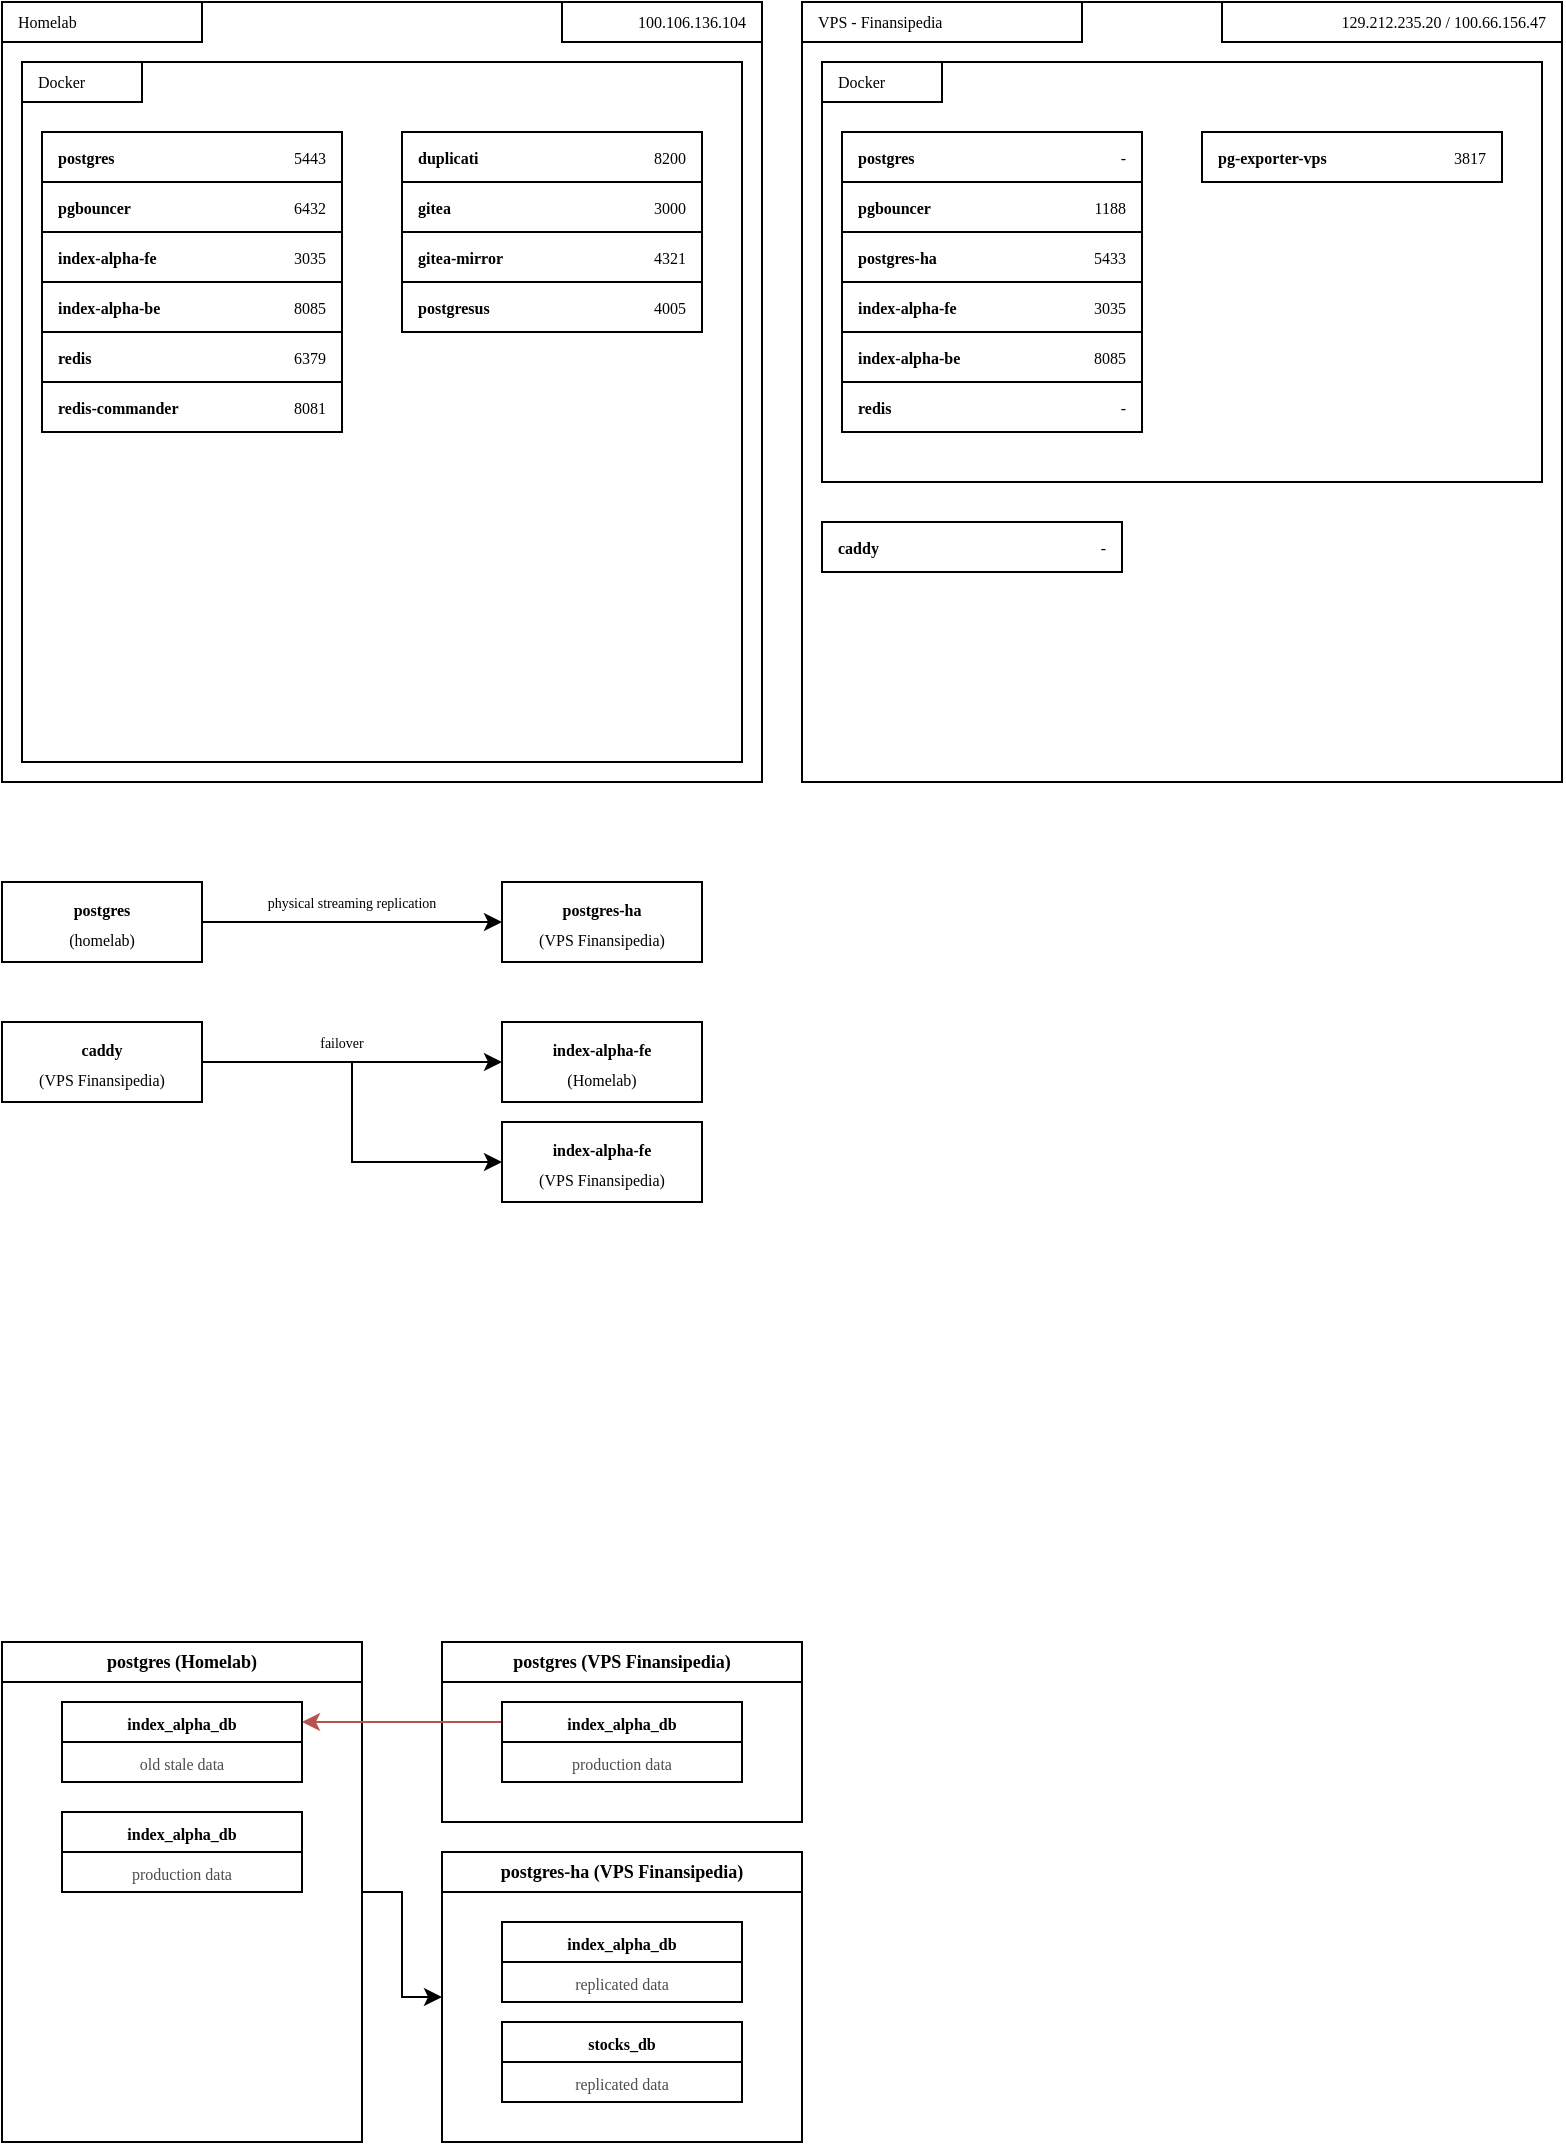
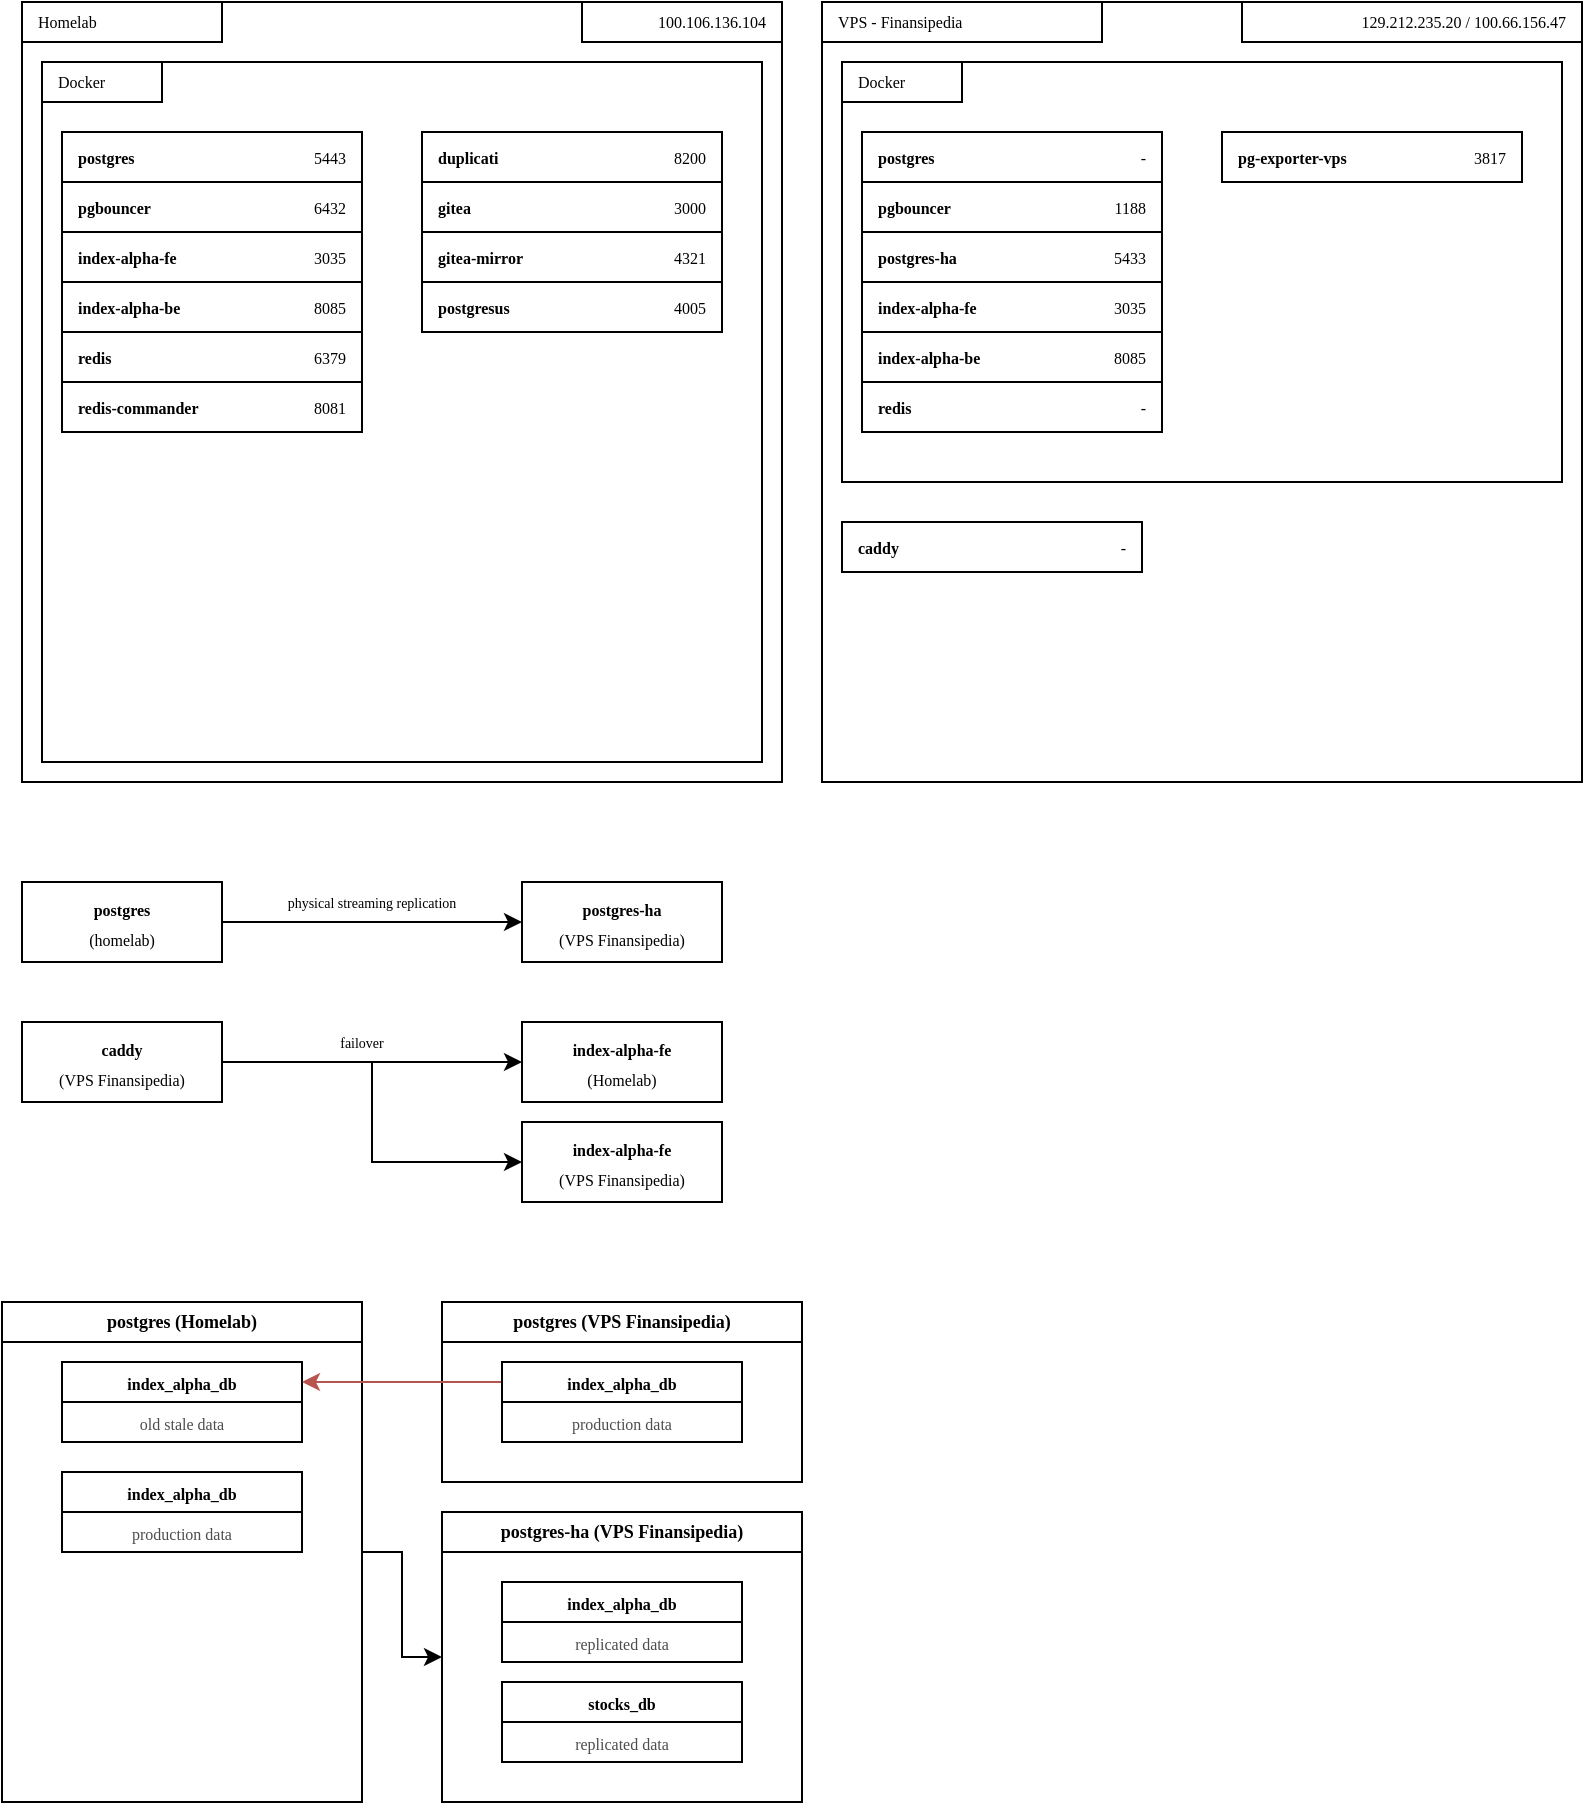
<mxfile host="app.diagrams.net">
  <diagram name="Page-1" id="EqAcxWxWpPEczBTcAObV">
-     <mxGraphModel dx="482" dy="255" grid="1" gridSize="10" guides="1" tooltips="1" connect="1" arrows="1" fold="1" page="1" pageScale="1" pageWidth="850" pageHeight="1100" math="0" shadow="0">
+     <mxGraphModel dx="1716" dy="910" grid="1" gridSize="10" guides="1" tooltips="1" connect="1" arrows="1" fold="1" page="1" pageScale="1" pageWidth="850" pageHeight="1100" math="0" shadow="0">
      <root>
        <mxCell id="0" />
        <mxCell id="1" parent="0" />
        <mxCell id="tyjjsNKJ7kBHK_1WbMmb-1" parent="1" style="rounded=0;whiteSpace=wrap;html=1;" value="" vertex="1">
          <mxGeometry height="390" width="380" x="50" y="60" as="geometry" />
        </mxCell>
        <mxCell id="tyjjsNKJ7kBHK_1WbMmb-18" parent="1" style="rounded=0;whiteSpace=wrap;html=1;" value="" vertex="1">
          <mxGeometry height="350" width="360" x="60" y="90" as="geometry" />
        </mxCell>
        <mxCell id="tyjjsNKJ7kBHK_1WbMmb-3" parent="1" style="rounded=0;whiteSpace=wrap;html=1;" value="" vertex="1">
          <mxGeometry height="20" width="100" x="50" y="60" as="geometry" />
        </mxCell>
        <mxCell id="tyjjsNKJ7kBHK_1WbMmb-2" parent="1" style="text;html=1;whiteSpace=wrap;strokeColor=none;fillColor=none;align=left;verticalAlign=middle;rounded=0;spacingLeft=6;fontFamily=Verdana;fontSize=8;" value="Homelab" vertex="1">
          <mxGeometry height="20" width="100" x="50" y="60" as="geometry" />
        </mxCell>
        <mxCell id="tyjjsNKJ7kBHK_1WbMmb-19" parent="1" style="rounded=0;whiteSpace=wrap;html=1;fontFamily=Verdana;fontSize=9;" value="" vertex="1">
          <mxGeometry height="20" width="60" x="60" y="90" as="geometry" />
        </mxCell>
        <mxCell id="tyjjsNKJ7kBHK_1WbMmb-20" parent="1" style="text;html=1;whiteSpace=wrap;strokeColor=none;fillColor=none;align=left;verticalAlign=middle;rounded=0;spacingLeft=6;fontFamily=Verdana;fontSize=8;" value="Docker" vertex="1">
          <mxGeometry height="20" width="50" x="60" y="90" as="geometry" />
        </mxCell>
        <mxCell id="tyjjsNKJ7kBHK_1WbMmb-28" parent="1" style="rounded=0;whiteSpace=wrap;html=1;align=right;" value="" vertex="1">
          <mxGeometry height="20" width="100" x="330" y="60" as="geometry" />
        </mxCell>
        <mxCell id="tyjjsNKJ7kBHK_1WbMmb-29" parent="1" style="text;html=1;whiteSpace=wrap;strokeColor=none;fillColor=none;align=right;verticalAlign=middle;rounded=0;spacingLeft=6;spacingRight=6;fontFamily=Verdana;fontSize=8;" value="&lt;span style=&quot;text-align: center;&quot;&gt;100.106.136.104&lt;/span&gt;" vertex="1">
          <mxGeometry height="20" width="100" x="330" y="60" as="geometry" />
        </mxCell>
        <mxCell id="tyjjsNKJ7kBHK_1WbMmb-48" connectable="0" parent="1" style="group;fontFamily=Verdana;fontSize=8;" value="" vertex="1">
          <mxGeometry height="25" width="150" x="70" y="250" as="geometry" />
        </mxCell>
        <mxCell id="tyjjsNKJ7kBHK_1WbMmb-44" parent="tyjjsNKJ7kBHK_1WbMmb-48" style="rounded=0;whiteSpace=wrap;html=1;fontFamily=Verdana;fontSize=8;" value="" vertex="1">
          <mxGeometry height="25" width="150" as="geometry" />
        </mxCell>
        <mxCell id="tyjjsNKJ7kBHK_1WbMmb-45" parent="tyjjsNKJ7kBHK_1WbMmb-48" style="text;html=1;whiteSpace=wrap;strokeColor=none;fillColor=none;align=left;verticalAlign=middle;rounded=0;fontStyle=1;spacingRight=6;spacingLeft=6;fontFamily=Verdana;fontSize=8;" value="&lt;font&gt;redis-commander&lt;/font&gt;" vertex="1">
          <mxGeometry height="20" width="100" y="2.5" as="geometry" />
        </mxCell>
        <mxCell id="tyjjsNKJ7kBHK_1WbMmb-46" parent="tyjjsNKJ7kBHK_1WbMmb-48" style="text;html=1;whiteSpace=wrap;strokeColor=none;fillColor=none;align=right;verticalAlign=middle;rounded=0;spacingRight=6;spacingLeft=6;fontFamily=Verdana;fontSize=8;" value="&lt;font&gt;8081&lt;/font&gt;" vertex="1">
          <mxGeometry height="20" width="40" x="110" y="2.5" as="geometry" />
        </mxCell>
        <mxCell id="tyjjsNKJ7kBHK_1WbMmb-49" connectable="0" parent="1" style="group;fontFamily=Verdana;fontSize=8;" value="" vertex="1">
          <mxGeometry height="25" width="150" x="70" y="225" as="geometry" />
        </mxCell>
        <mxCell id="tyjjsNKJ7kBHK_1WbMmb-41" parent="tyjjsNKJ7kBHK_1WbMmb-49" style="rounded=0;whiteSpace=wrap;html=1;fontFamily=Verdana;fontSize=8;" value="" vertex="1">
          <mxGeometry height="25" width="150" as="geometry" />
        </mxCell>
        <mxCell id="tyjjsNKJ7kBHK_1WbMmb-42" parent="tyjjsNKJ7kBHK_1WbMmb-49" style="text;html=1;whiteSpace=wrap;strokeColor=none;fillColor=none;align=left;verticalAlign=middle;rounded=0;fontStyle=1;spacingRight=6;spacingLeft=6;fontFamily=Verdana;fontSize=8;" value="&lt;font&gt;redis&lt;/font&gt;" vertex="1">
          <mxGeometry height="20" width="100" y="2.5" as="geometry" />
        </mxCell>
        <mxCell id="tyjjsNKJ7kBHK_1WbMmb-43" parent="tyjjsNKJ7kBHK_1WbMmb-49" style="text;html=1;whiteSpace=wrap;strokeColor=none;fillColor=none;align=right;verticalAlign=middle;rounded=0;spacingRight=6;spacingLeft=6;fontFamily=Verdana;fontSize=8;" value="&lt;font&gt;6379&lt;/font&gt;" vertex="1">
          <mxGeometry height="20" width="40" x="110" y="2.5" as="geometry" />
        </mxCell>
        <mxCell id="tyjjsNKJ7kBHK_1WbMmb-50" connectable="0" parent="1" style="group;fontFamily=Verdana;fontSize=8;" value="" vertex="1">
          <mxGeometry height="25" width="150" x="70" y="200" as="geometry" />
        </mxCell>
        <mxCell id="tyjjsNKJ7kBHK_1WbMmb-38" parent="tyjjsNKJ7kBHK_1WbMmb-50" style="rounded=0;whiteSpace=wrap;html=1;fontFamily=Verdana;fontSize=8;" value="" vertex="1">
          <mxGeometry height="25" width="150" as="geometry" />
        </mxCell>
        <mxCell id="tyjjsNKJ7kBHK_1WbMmb-39" parent="tyjjsNKJ7kBHK_1WbMmb-50" style="text;html=1;whiteSpace=wrap;strokeColor=none;fillColor=none;align=left;verticalAlign=middle;rounded=0;fontStyle=1;spacingRight=6;spacingLeft=6;fontFamily=Verdana;fontSize=8;" value="&lt;font&gt;index-alpha-be&lt;/font&gt;" vertex="1">
          <mxGeometry height="20" width="100" y="2.5" as="geometry" />
        </mxCell>
        <mxCell id="tyjjsNKJ7kBHK_1WbMmb-40" parent="tyjjsNKJ7kBHK_1WbMmb-50" style="text;html=1;whiteSpace=wrap;strokeColor=none;fillColor=none;align=right;verticalAlign=middle;rounded=0;spacingRight=6;spacingLeft=6;fontFamily=Verdana;fontSize=8;" value="&lt;font&gt;8085&lt;/font&gt;" vertex="1">
          <mxGeometry height="20" width="40" x="110" y="2.5" as="geometry" />
        </mxCell>
        <mxCell id="tyjjsNKJ7kBHK_1WbMmb-51" connectable="0" parent="1" style="group;fontFamily=Verdana;fontSize=8;" value="" vertex="1">
          <mxGeometry height="25" width="150" x="70" y="175" as="geometry" />
        </mxCell>
        <mxCell id="tyjjsNKJ7kBHK_1WbMmb-35" parent="tyjjsNKJ7kBHK_1WbMmb-51" style="rounded=0;whiteSpace=wrap;html=1;fontFamily=Verdana;fontSize=8;" value="" vertex="1">
          <mxGeometry height="25" width="150" as="geometry" />
        </mxCell>
        <mxCell id="tyjjsNKJ7kBHK_1WbMmb-36" parent="tyjjsNKJ7kBHK_1WbMmb-51" style="text;html=1;whiteSpace=wrap;strokeColor=none;fillColor=none;align=left;verticalAlign=middle;rounded=0;fontStyle=1;spacingRight=6;spacingLeft=6;fontFamily=Verdana;fontSize=8;" value="&lt;font&gt;index-alpha-fe&lt;/font&gt;" vertex="1">
          <mxGeometry height="20" width="100" y="2.5" as="geometry" />
        </mxCell>
        <mxCell id="tyjjsNKJ7kBHK_1WbMmb-37" parent="tyjjsNKJ7kBHK_1WbMmb-51" style="text;html=1;whiteSpace=wrap;strokeColor=none;fillColor=none;align=right;verticalAlign=middle;rounded=0;spacingRight=6;spacingLeft=6;fontFamily=Verdana;fontSize=8;" value="&lt;font&gt;3035&lt;/font&gt;" vertex="1">
          <mxGeometry height="20" width="40" x="110" y="2.5" as="geometry" />
        </mxCell>
        <mxCell id="tyjjsNKJ7kBHK_1WbMmb-52" connectable="0" parent="1" style="group;fontFamily=Verdana;fontSize=8;" value="" vertex="1">
          <mxGeometry height="25" width="150" x="70" y="150" as="geometry" />
        </mxCell>
        <mxCell id="tyjjsNKJ7kBHK_1WbMmb-32" parent="tyjjsNKJ7kBHK_1WbMmb-52" style="rounded=0;whiteSpace=wrap;html=1;fontFamily=Verdana;fontSize=8;" value="" vertex="1">
          <mxGeometry height="25" width="150" as="geometry" />
        </mxCell>
        <mxCell id="tyjjsNKJ7kBHK_1WbMmb-33" parent="tyjjsNKJ7kBHK_1WbMmb-52" style="text;html=1;whiteSpace=wrap;strokeColor=none;fillColor=none;align=left;verticalAlign=middle;rounded=0;fontStyle=1;spacingRight=6;spacingLeft=6;fontFamily=Verdana;fontSize=8;" value="&lt;font&gt;pgbouncer&lt;/font&gt;" vertex="1">
          <mxGeometry height="20" width="100" y="2.5" as="geometry" />
        </mxCell>
        <mxCell id="tyjjsNKJ7kBHK_1WbMmb-34" parent="tyjjsNKJ7kBHK_1WbMmb-52" style="text;html=1;whiteSpace=wrap;strokeColor=none;fillColor=none;align=right;verticalAlign=middle;rounded=0;spacingRight=6;spacingLeft=6;fontFamily=Verdana;fontSize=8;" value="&lt;font&gt;6432&lt;/font&gt;" vertex="1">
          <mxGeometry height="20" width="40" x="110" y="2.5" as="geometry" />
        </mxCell>
        <mxCell id="tyjjsNKJ7kBHK_1WbMmb-53" connectable="0" parent="1" style="group;fontFamily=Verdana;fontSize=8;" value="" vertex="1">
          <mxGeometry height="25" width="150" x="70" y="125" as="geometry" />
        </mxCell>
        <mxCell id="tyjjsNKJ7kBHK_1WbMmb-5" parent="tyjjsNKJ7kBHK_1WbMmb-53" style="rounded=0;whiteSpace=wrap;html=1;fontFamily=Verdana;fontSize=8;" value="" vertex="1">
          <mxGeometry height="25" width="150" as="geometry" />
        </mxCell>
        <mxCell id="tyjjsNKJ7kBHK_1WbMmb-6" parent="tyjjsNKJ7kBHK_1WbMmb-53" style="text;html=1;whiteSpace=wrap;strokeColor=none;fillColor=none;align=left;verticalAlign=middle;rounded=0;fontStyle=1;spacingRight=6;spacingLeft=6;fontFamily=Verdana;fontSize=8;" value="&lt;font&gt;postgres&lt;/font&gt;" vertex="1">
          <mxGeometry height="20" width="100" y="2.5" as="geometry" />
        </mxCell>
        <mxCell id="tyjjsNKJ7kBHK_1WbMmb-7" parent="tyjjsNKJ7kBHK_1WbMmb-53" style="text;html=1;whiteSpace=wrap;strokeColor=none;fillColor=none;align=right;verticalAlign=middle;rounded=0;spacingRight=6;spacingLeft=6;fontFamily=Verdana;fontSize=8;" value="&lt;font&gt;5443&lt;/font&gt;" vertex="1">
          <mxGeometry height="20" width="40" x="110" y="2.5" as="geometry" />
        </mxCell>
        <mxCell id="tyjjsNKJ7kBHK_1WbMmb-54" connectable="0" parent="1" style="group;fontFamily=Verdana;fontSize=8;" value="" vertex="1">
          <mxGeometry height="25" width="150" x="250" y="125" as="geometry" />
        </mxCell>
        <mxCell id="tyjjsNKJ7kBHK_1WbMmb-55" parent="tyjjsNKJ7kBHK_1WbMmb-54" style="rounded=0;whiteSpace=wrap;html=1;fontFamily=Verdana;fontSize=8;" value="" vertex="1">
          <mxGeometry height="25" width="150" as="geometry" />
        </mxCell>
        <mxCell id="tyjjsNKJ7kBHK_1WbMmb-56" parent="tyjjsNKJ7kBHK_1WbMmb-54" style="text;html=1;whiteSpace=wrap;strokeColor=none;fillColor=none;align=left;verticalAlign=middle;rounded=0;fontStyle=1;spacingRight=6;spacingLeft=6;fontFamily=Verdana;fontSize=8;" value="&lt;font&gt;duplicati&lt;/font&gt;" vertex="1">
          <mxGeometry height="20" width="100" y="2.5" as="geometry" />
        </mxCell>
        <mxCell id="tyjjsNKJ7kBHK_1WbMmb-57" parent="tyjjsNKJ7kBHK_1WbMmb-54" style="text;html=1;whiteSpace=wrap;strokeColor=none;fillColor=none;align=right;verticalAlign=middle;rounded=0;spacingRight=6;spacingLeft=6;fontFamily=Verdana;fontSize=8;" value="&lt;font&gt;8200&lt;/font&gt;" vertex="1">
          <mxGeometry height="20" width="40" x="110" y="2.5" as="geometry" />
        </mxCell>
        <mxCell id="tyjjsNKJ7kBHK_1WbMmb-58" connectable="0" parent="1" style="group;fontFamily=Verdana;fontSize=8;" value="" vertex="1">
          <mxGeometry height="25" width="150" x="250" y="150" as="geometry" />
        </mxCell>
        <mxCell id="tyjjsNKJ7kBHK_1WbMmb-59" parent="tyjjsNKJ7kBHK_1WbMmb-58" style="rounded=0;whiteSpace=wrap;html=1;fontFamily=Verdana;fontSize=8;" value="" vertex="1">
          <mxGeometry height="25" width="150" as="geometry" />
        </mxCell>
        <mxCell id="tyjjsNKJ7kBHK_1WbMmb-60" parent="tyjjsNKJ7kBHK_1WbMmb-58" style="text;html=1;whiteSpace=wrap;strokeColor=none;fillColor=none;align=left;verticalAlign=middle;rounded=0;fontStyle=1;spacingRight=6;spacingLeft=6;fontFamily=Verdana;fontSize=8;" value="&lt;font&gt;gitea&lt;/font&gt;" vertex="1">
          <mxGeometry height="20" width="100" y="2.5" as="geometry" />
        </mxCell>
        <mxCell id="tyjjsNKJ7kBHK_1WbMmb-61" parent="tyjjsNKJ7kBHK_1WbMmb-58" style="text;html=1;whiteSpace=wrap;strokeColor=none;fillColor=none;align=right;verticalAlign=middle;rounded=0;spacingRight=6;spacingLeft=6;fontFamily=Verdana;fontSize=8;" value="&lt;font&gt;3000&lt;/font&gt;" vertex="1">
          <mxGeometry height="20" width="40" x="110" y="2.5" as="geometry" />
        </mxCell>
        <mxCell id="tyjjsNKJ7kBHK_1WbMmb-62" connectable="0" parent="1" style="group;fontFamily=Verdana;fontSize=8;" value="" vertex="1">
          <mxGeometry height="25" width="150" x="250" y="175" as="geometry" />
        </mxCell>
        <mxCell id="tyjjsNKJ7kBHK_1WbMmb-63" parent="tyjjsNKJ7kBHK_1WbMmb-62" style="rounded=0;whiteSpace=wrap;html=1;fontFamily=Verdana;fontSize=8;" value="" vertex="1">
          <mxGeometry height="25" width="150" as="geometry" />
        </mxCell>
        <mxCell id="tyjjsNKJ7kBHK_1WbMmb-64" parent="tyjjsNKJ7kBHK_1WbMmb-62" style="text;html=1;whiteSpace=wrap;strokeColor=none;fillColor=none;align=left;verticalAlign=middle;rounded=0;fontStyle=1;spacingRight=6;spacingLeft=6;fontFamily=Verdana;fontSize=8;" value="&lt;div&gt;&lt;span&gt;gitea-mirror&lt;/span&gt;&lt;/div&gt;" vertex="1">
          <mxGeometry height="20" width="100" y="2.5" as="geometry" />
        </mxCell>
        <mxCell id="tyjjsNKJ7kBHK_1WbMmb-65" parent="tyjjsNKJ7kBHK_1WbMmb-62" style="text;html=1;whiteSpace=wrap;strokeColor=none;fillColor=none;align=right;verticalAlign=middle;rounded=0;spacingRight=6;spacingLeft=6;fontFamily=Verdana;fontSize=8;" value="&lt;font&gt;4321&lt;/font&gt;" vertex="1">
          <mxGeometry height="20" width="40" x="110" y="2.5" as="geometry" />
        </mxCell>
        <mxCell id="tyjjsNKJ7kBHK_1WbMmb-66" connectable="0" parent="1" style="group;fontFamily=Verdana;fontSize=8;" value="" vertex="1">
          <mxGeometry height="25" width="150" x="250" y="200" as="geometry" />
        </mxCell>
        <mxCell id="tyjjsNKJ7kBHK_1WbMmb-67" parent="tyjjsNKJ7kBHK_1WbMmb-66" style="rounded=0;whiteSpace=wrap;html=1;fontFamily=Verdana;fontSize=8;" value="" vertex="1">
          <mxGeometry height="25" width="150" as="geometry" />
        </mxCell>
        <mxCell id="tyjjsNKJ7kBHK_1WbMmb-68" parent="tyjjsNKJ7kBHK_1WbMmb-66" style="text;html=1;whiteSpace=wrap;strokeColor=none;fillColor=none;align=left;verticalAlign=middle;rounded=0;fontStyle=1;spacingRight=6;spacingLeft=6;fontFamily=Verdana;fontSize=8;" value="&lt;div&gt;&lt;span&gt;postgresus&lt;/span&gt;&lt;/div&gt;" vertex="1">
          <mxGeometry height="20" width="100" y="2.5" as="geometry" />
        </mxCell>
        <mxCell id="tyjjsNKJ7kBHK_1WbMmb-69" parent="tyjjsNKJ7kBHK_1WbMmb-66" style="text;html=1;whiteSpace=wrap;strokeColor=none;fillColor=none;align=right;verticalAlign=middle;rounded=0;spacingRight=6;spacingLeft=6;fontFamily=Verdana;fontSize=8;" value="&lt;font&gt;4005&lt;/font&gt;" vertex="1">
          <mxGeometry height="20" width="40" x="110" y="2.5" as="geometry" />
        </mxCell>
        <mxCell id="tyjjsNKJ7kBHK_1WbMmb-70" parent="1" style="rounded=0;whiteSpace=wrap;html=1;" value="" vertex="1">
          <mxGeometry height="390" width="380" x="450" y="60" as="geometry" />
        </mxCell>
        <mxCell id="tyjjsNKJ7kBHK_1WbMmb-71" parent="1" style="rounded=0;whiteSpace=wrap;html=1;" value="" vertex="1">
          <mxGeometry height="210" width="360" x="460" y="90" as="geometry" />
        </mxCell>
        <mxCell id="tyjjsNKJ7kBHK_1WbMmb-72" parent="1" style="rounded=0;whiteSpace=wrap;html=1;" value="" vertex="1">
          <mxGeometry height="20" width="140" x="450" y="60" as="geometry" />
        </mxCell>
        <mxCell id="tyjjsNKJ7kBHK_1WbMmb-73" parent="1" style="text;html=1;whiteSpace=wrap;strokeColor=none;fillColor=none;align=left;verticalAlign=middle;rounded=0;spacingLeft=6;fontFamily=Verdana;fontSize=8;" value="VPS - Finansipedia" vertex="1">
          <mxGeometry height="20" width="130" x="450" y="60" as="geometry" />
        </mxCell>
        <mxCell id="tyjjsNKJ7kBHK_1WbMmb-74" parent="1" style="rounded=0;whiteSpace=wrap;html=1;fontFamily=Verdana;fontSize=9;" value="" vertex="1">
          <mxGeometry height="20" width="60" x="460" y="90" as="geometry" />
        </mxCell>
        <mxCell id="tyjjsNKJ7kBHK_1WbMmb-75" parent="1" style="text;html=1;whiteSpace=wrap;strokeColor=none;fillColor=none;align=left;verticalAlign=middle;rounded=0;spacingLeft=6;fontFamily=Verdana;fontSize=8;" value="Docker" vertex="1">
          <mxGeometry height="20" width="50" x="460" y="90" as="geometry" />
        </mxCell>
        <mxCell id="tyjjsNKJ7kBHK_1WbMmb-76" parent="1" style="rounded=0;whiteSpace=wrap;html=1;align=right;" value="" vertex="1">
          <mxGeometry height="20" width="170" x="660" y="60" as="geometry" />
        </mxCell>
        <mxCell id="tyjjsNKJ7kBHK_1WbMmb-77" parent="1" style="text;html=1;whiteSpace=wrap;strokeColor=none;fillColor=none;align=right;verticalAlign=middle;rounded=0;spacingLeft=6;spacingRight=6;fontFamily=Verdana;fontSize=8;" value="&lt;div style=&quot;text-align: center;&quot;&gt;&lt;span style=&quot;background-color: transparent;&quot;&gt;129.212.235.20 /&amp;nbsp;&lt;/span&gt;&lt;span style=&quot;background-color: transparent; text-align: right;&quot;&gt;100.66.156.47&lt;/span&gt;&lt;/div&gt;" vertex="1">
          <mxGeometry height="20" width="160" x="670" y="60" as="geometry" />
        </mxCell>
        <mxCell id="tyjjsNKJ7kBHK_1WbMmb-82" connectable="0" parent="1" style="group;fontFamily=Verdana;fontSize=8;" value="" vertex="1">
          <mxGeometry height="25" width="150" x="470" y="250" as="geometry" />
        </mxCell>
        <mxCell id="tyjjsNKJ7kBHK_1WbMmb-83" parent="tyjjsNKJ7kBHK_1WbMmb-82" style="rounded=0;whiteSpace=wrap;html=1;fontFamily=Verdana;fontSize=8;" value="" vertex="1">
          <mxGeometry height="25" width="150" as="geometry" />
        </mxCell>
        <mxCell id="tyjjsNKJ7kBHK_1WbMmb-84" parent="tyjjsNKJ7kBHK_1WbMmb-82" style="text;html=1;whiteSpace=wrap;strokeColor=none;fillColor=none;align=left;verticalAlign=middle;rounded=0;fontStyle=1;spacingRight=6;spacingLeft=6;fontFamily=Verdana;fontSize=8;" value="&lt;font&gt;redis&lt;/font&gt;" vertex="1">
          <mxGeometry height="20" width="100" y="2.5" as="geometry" />
        </mxCell>
        <mxCell id="tyjjsNKJ7kBHK_1WbMmb-85" parent="tyjjsNKJ7kBHK_1WbMmb-82" style="text;html=1;whiteSpace=wrap;strokeColor=none;fillColor=none;align=right;verticalAlign=middle;rounded=0;spacingRight=6;spacingLeft=6;fontFamily=Verdana;fontSize=8;" value="&lt;font&gt;-&lt;/font&gt;" vertex="1">
          <mxGeometry height="20" width="40" x="110" y="2.5" as="geometry" />
        </mxCell>
        <mxCell id="tyjjsNKJ7kBHK_1WbMmb-86" connectable="0" parent="1" style="group;fontFamily=Verdana;fontSize=8;" value="" vertex="1">
          <mxGeometry height="25" width="150" x="470" y="225" as="geometry" />
        </mxCell>
        <mxCell id="tyjjsNKJ7kBHK_1WbMmb-87" parent="tyjjsNKJ7kBHK_1WbMmb-86" style="rounded=0;whiteSpace=wrap;html=1;fontFamily=Verdana;fontSize=8;" value="" vertex="1">
          <mxGeometry height="25" width="150" as="geometry" />
        </mxCell>
        <mxCell id="tyjjsNKJ7kBHK_1WbMmb-88" parent="tyjjsNKJ7kBHK_1WbMmb-86" style="text;html=1;whiteSpace=wrap;strokeColor=none;fillColor=none;align=left;verticalAlign=middle;rounded=0;fontStyle=1;spacingRight=6;spacingLeft=6;fontFamily=Verdana;fontSize=8;" value="&lt;font&gt;index-alpha-be&lt;/font&gt;" vertex="1">
          <mxGeometry height="20" width="100" y="2.5" as="geometry" />
        </mxCell>
        <mxCell id="tyjjsNKJ7kBHK_1WbMmb-89" parent="tyjjsNKJ7kBHK_1WbMmb-86" style="text;html=1;whiteSpace=wrap;strokeColor=none;fillColor=none;align=right;verticalAlign=middle;rounded=0;spacingRight=6;spacingLeft=6;fontFamily=Verdana;fontSize=8;" value="&lt;font&gt;8085&lt;/font&gt;" vertex="1">
          <mxGeometry height="20" width="40" x="110" y="2.5" as="geometry" />
        </mxCell>
        <mxCell id="tyjjsNKJ7kBHK_1WbMmb-90" connectable="0" parent="1" style="group;fontFamily=Verdana;fontSize=8;" value="" vertex="1">
          <mxGeometry height="25" width="150" x="470" y="200" as="geometry" />
        </mxCell>
        <mxCell id="tyjjsNKJ7kBHK_1WbMmb-91" parent="tyjjsNKJ7kBHK_1WbMmb-90" style="rounded=0;whiteSpace=wrap;html=1;fontFamily=Verdana;fontSize=8;" value="" vertex="1">
          <mxGeometry height="25" width="150" as="geometry" />
        </mxCell>
        <mxCell id="tyjjsNKJ7kBHK_1WbMmb-92" parent="tyjjsNKJ7kBHK_1WbMmb-90" style="text;html=1;whiteSpace=wrap;strokeColor=none;fillColor=none;align=left;verticalAlign=middle;rounded=0;fontStyle=1;spacingRight=6;spacingLeft=6;fontFamily=Verdana;fontSize=8;" value="&lt;font&gt;index-alpha-fe&lt;/font&gt;" vertex="1">
          <mxGeometry height="20" width="100" y="2.5" as="geometry" />
        </mxCell>
        <mxCell id="tyjjsNKJ7kBHK_1WbMmb-93" parent="tyjjsNKJ7kBHK_1WbMmb-90" style="text;html=1;whiteSpace=wrap;strokeColor=none;fillColor=none;align=right;verticalAlign=middle;rounded=0;spacingRight=6;spacingLeft=6;fontFamily=Verdana;fontSize=8;" value="&lt;font&gt;3035&lt;/font&gt;" vertex="1">
          <mxGeometry height="20" width="40" x="110" y="2.5" as="geometry" />
        </mxCell>
        <mxCell id="tyjjsNKJ7kBHK_1WbMmb-94" connectable="0" parent="1" style="group;fontFamily=Verdana;fontSize=8;" value="" vertex="1">
          <mxGeometry height="25" width="150" x="470" y="150" as="geometry" />
        </mxCell>
        <mxCell id="tyjjsNKJ7kBHK_1WbMmb-95" parent="tyjjsNKJ7kBHK_1WbMmb-94" style="rounded=0;whiteSpace=wrap;html=1;fontFamily=Verdana;fontSize=8;" value="" vertex="1">
          <mxGeometry height="25" width="150" as="geometry" />
        </mxCell>
        <mxCell id="tyjjsNKJ7kBHK_1WbMmb-96" parent="tyjjsNKJ7kBHK_1WbMmb-94" style="text;html=1;whiteSpace=wrap;strokeColor=none;fillColor=none;align=left;verticalAlign=middle;rounded=0;fontStyle=1;spacingRight=6;spacingLeft=6;fontFamily=Verdana;fontSize=8;" value="&lt;font&gt;pgbouncer&lt;/font&gt;" vertex="1">
          <mxGeometry height="20" width="100" y="2.5" as="geometry" />
        </mxCell>
        <mxCell id="tyjjsNKJ7kBHK_1WbMmb-97" parent="tyjjsNKJ7kBHK_1WbMmb-94" style="text;html=1;whiteSpace=wrap;strokeColor=none;fillColor=none;align=right;verticalAlign=middle;rounded=0;spacingRight=6;spacingLeft=6;fontFamily=Verdana;fontSize=8;" value="&lt;font&gt;1188&lt;/font&gt;" vertex="1">
          <mxGeometry height="20" width="40" x="110" y="2.5" as="geometry" />
        </mxCell>
        <mxCell id="tyjjsNKJ7kBHK_1WbMmb-98" connectable="0" parent="1" style="group;fontFamily=Verdana;fontSize=8;" value="" vertex="1">
          <mxGeometry height="25" width="150" x="470" y="125" as="geometry" />
        </mxCell>
        <mxCell id="tyjjsNKJ7kBHK_1WbMmb-99" parent="tyjjsNKJ7kBHK_1WbMmb-98" style="rounded=0;whiteSpace=wrap;html=1;fontFamily=Verdana;fontSize=8;" value="" vertex="1">
          <mxGeometry height="25" width="150" as="geometry" />
        </mxCell>
        <mxCell id="tyjjsNKJ7kBHK_1WbMmb-100" parent="tyjjsNKJ7kBHK_1WbMmb-98" style="text;html=1;whiteSpace=wrap;strokeColor=none;fillColor=none;align=left;verticalAlign=middle;rounded=0;fontStyle=1;spacingRight=6;spacingLeft=6;fontFamily=Verdana;fontSize=8;" value="&lt;font&gt;postgres&lt;/font&gt;" vertex="1">
          <mxGeometry height="20" width="100" y="2.5" as="geometry" />
        </mxCell>
        <mxCell id="tyjjsNKJ7kBHK_1WbMmb-101" parent="tyjjsNKJ7kBHK_1WbMmb-98" style="text;html=1;whiteSpace=wrap;strokeColor=none;fillColor=none;align=right;verticalAlign=middle;rounded=0;spacingRight=6;spacingLeft=6;fontFamily=Verdana;fontSize=8;" value="&lt;font&gt;-&lt;/font&gt;" vertex="1">
          <mxGeometry height="20" width="40" x="110" y="2.5" as="geometry" />
        </mxCell>
        <mxCell id="tyjjsNKJ7kBHK_1WbMmb-102" connectable="0" parent="1" style="group;fontFamily=Verdana;fontSize=8;" value="" vertex="1">
          <mxGeometry height="25" width="150" x="650" y="125" as="geometry" />
        </mxCell>
        <mxCell id="tyjjsNKJ7kBHK_1WbMmb-103" parent="tyjjsNKJ7kBHK_1WbMmb-102" style="rounded=0;whiteSpace=wrap;html=1;fontFamily=Verdana;fontSize=8;" value="" vertex="1">
          <mxGeometry height="25" width="150" as="geometry" />
        </mxCell>
        <mxCell id="tyjjsNKJ7kBHK_1WbMmb-104" parent="tyjjsNKJ7kBHK_1WbMmb-102" style="text;html=1;whiteSpace=wrap;strokeColor=none;fillColor=none;align=left;verticalAlign=middle;rounded=0;fontStyle=1;spacingRight=6;spacingLeft=6;fontFamily=Verdana;fontSize=8;" value="&lt;font&gt;pg-exporter-vps&lt;/font&gt;" vertex="1">
          <mxGeometry height="20" width="100" y="2.5" as="geometry" />
        </mxCell>
        <mxCell id="tyjjsNKJ7kBHK_1WbMmb-105" parent="tyjjsNKJ7kBHK_1WbMmb-102" style="text;html=1;whiteSpace=wrap;strokeColor=none;fillColor=none;align=right;verticalAlign=middle;rounded=0;spacingRight=6;spacingLeft=6;fontFamily=Verdana;fontSize=8;" value="&lt;font&gt;3817&lt;/font&gt;" vertex="1">
          <mxGeometry height="20" width="40" x="110" y="2.5" as="geometry" />
        </mxCell>
        <mxCell id="tyjjsNKJ7kBHK_1WbMmb-118" connectable="0" parent="1" style="group;fontFamily=Verdana;fontSize=8;" value="" vertex="1">
          <mxGeometry height="25" width="150" x="470" y="175" as="geometry" />
        </mxCell>
        <mxCell id="tyjjsNKJ7kBHK_1WbMmb-119" parent="tyjjsNKJ7kBHK_1WbMmb-118" style="rounded=0;whiteSpace=wrap;html=1;fontFamily=Verdana;fontSize=8;" value="" vertex="1">
          <mxGeometry height="25" width="150" as="geometry" />
        </mxCell>
        <mxCell id="tyjjsNKJ7kBHK_1WbMmb-120" parent="tyjjsNKJ7kBHK_1WbMmb-118" style="text;html=1;whiteSpace=wrap;strokeColor=none;fillColor=none;align=left;verticalAlign=middle;rounded=0;fontStyle=1;spacingRight=6;spacingLeft=6;fontFamily=Verdana;fontSize=8;" value="&lt;font&gt;postgres-ha&lt;/font&gt;" vertex="1">
          <mxGeometry height="20" width="100" y="2.5" as="geometry" />
        </mxCell>
        <mxCell id="tyjjsNKJ7kBHK_1WbMmb-121" parent="tyjjsNKJ7kBHK_1WbMmb-118" style="text;html=1;whiteSpace=wrap;strokeColor=none;fillColor=none;align=right;verticalAlign=middle;rounded=0;spacingRight=6;spacingLeft=6;fontFamily=Verdana;fontSize=8;" value="5433" vertex="1">
          <mxGeometry height="20" width="40" x="110" y="2.5" as="geometry" />
        </mxCell>
        <mxCell id="tyjjsNKJ7kBHK_1WbMmb-124" connectable="0" parent="1" style="group;fontFamily=Verdana;fontSize=8;" value="" vertex="1">
          <mxGeometry height="25" width="150" x="460" y="320" as="geometry" />
        </mxCell>
        <mxCell id="tyjjsNKJ7kBHK_1WbMmb-125" parent="tyjjsNKJ7kBHK_1WbMmb-124" style="rounded=0;whiteSpace=wrap;html=1;fontFamily=Verdana;fontSize=8;" value="" vertex="1">
          <mxGeometry height="25" width="150" as="geometry" />
        </mxCell>
        <mxCell id="tyjjsNKJ7kBHK_1WbMmb-126" parent="tyjjsNKJ7kBHK_1WbMmb-124" style="text;html=1;whiteSpace=wrap;strokeColor=none;fillColor=none;align=left;verticalAlign=middle;rounded=0;fontStyle=1;spacingRight=6;spacingLeft=6;fontFamily=Verdana;fontSize=8;" value="caddy" vertex="1">
          <mxGeometry height="20" width="100" y="2.5" as="geometry" />
        </mxCell>
        <mxCell id="tyjjsNKJ7kBHK_1WbMmb-127" parent="tyjjsNKJ7kBHK_1WbMmb-124" style="text;html=1;whiteSpace=wrap;strokeColor=none;fillColor=none;align=right;verticalAlign=middle;rounded=0;spacingRight=6;spacingLeft=6;fontFamily=Verdana;fontSize=8;" value="&lt;font&gt;-&lt;/font&gt;" vertex="1">
          <mxGeometry height="20" width="40" x="110" y="2.5" as="geometry" />
        </mxCell>
        <mxCell id="Tit254uEpL4SJPk85VVh-12" edge="1" parent="1" source="Tit254uEpL4SJPk85VVh-8" style="edgeStyle=orthogonalEdgeStyle;rounded=0;orthogonalLoop=1;jettySize=auto;html=1;" target="Tit254uEpL4SJPk85VVh-11">
          <mxGeometry relative="1" as="geometry" />
        </mxCell>
        <mxCell id="Tit254uEpL4SJPk85VVh-8" parent="1" style="rounded=0;whiteSpace=wrap;html=1;" value="&lt;span style=&quot;font-family: Verdana; font-size: 8px; font-weight: 700; text-align: left;&quot;&gt;postgres &lt;br&gt;&lt;/span&gt;&lt;span style=&quot;font-family: Verdana; font-size: 8px; text-align: left;&quot;&gt;(homelab)&lt;/span&gt;" vertex="1">
          <mxGeometry height="40" width="100" x="50" y="500" as="geometry" />
        </mxCell>
        <mxCell id="Tit254uEpL4SJPk85VVh-10" parent="1" style="text;whiteSpace=wrap;fontFamily=Verdana;fontSize=7;align=center;" value="physical streaming replication" vertex="1">
          <mxGeometry height="20" width="150" x="150" y="500" as="geometry" />
        </mxCell>
        <mxCell id="Tit254uEpL4SJPk85VVh-11" parent="1" style="rounded=0;whiteSpace=wrap;html=1;" value="&lt;span style=&quot;font-family: Verdana; font-size: 8px; font-weight: 700; text-align: left;&quot;&gt;postgres-ha&lt;br&gt;&lt;/span&gt;&lt;span style=&quot;font-family: Verdana; font-size: 8px; text-align: left;&quot;&gt;(VPS Finansipedia)&lt;/span&gt;" vertex="1">
          <mxGeometry height="40" width="100" x="300" y="500" as="geometry" />
        </mxCell>
        <mxCell id="Tit254uEpL4SJPk85VVh-13" edge="1" parent="1" source="Tit254uEpL4SJPk85VVh-14" style="edgeStyle=orthogonalEdgeStyle;rounded=0;orthogonalLoop=1;jettySize=auto;html=1;" target="Tit254uEpL4SJPk85VVh-16">
          <mxGeometry relative="1" as="geometry" />
        </mxCell>
        <mxCell id="Tit254uEpL4SJPk85VVh-14" parent="1" style="rounded=0;whiteSpace=wrap;html=1;" value="&lt;span style=&quot;font-family: Verdana; font-size: 8px; font-weight: 700; text-align: left;&quot;&gt;caddy&lt;br&gt;&lt;/span&gt;&lt;span style=&quot;font-family: Verdana; font-size: 8px; text-align: left;&quot;&gt;(VPS Finansipedia)&lt;/span&gt;" vertex="1">
          <mxGeometry height="40" width="100" x="50" y="570" as="geometry" />
        </mxCell>
        <mxCell id="Tit254uEpL4SJPk85VVh-15" parent="1" style="text;whiteSpace=wrap;fontFamily=Verdana;fontSize=7;align=center;" value="failover" vertex="1">
          <mxGeometry height="20" width="140" x="150" y="570" as="geometry" />
        </mxCell>
        <mxCell id="Tit254uEpL4SJPk85VVh-16" parent="1" style="rounded=0;whiteSpace=wrap;html=1;" value="&lt;span style=&quot;font-family: Verdana; font-size: 8px; text-align: left;&quot;&gt;&lt;b&gt;index-alpha-fe&lt;/b&gt;&lt;/span&gt;&lt;div&gt;&lt;span style=&quot;font-family: Verdana; font-size: 8px; text-align: left;&quot;&gt;(Homelab)&lt;/span&gt;&lt;/div&gt;" vertex="1">
          <mxGeometry height="40" width="100" x="300" y="570" as="geometry" />
        </mxCell>
        <mxCell id="Tit254uEpL4SJPk85VVh-17" parent="1" style="rounded=0;whiteSpace=wrap;html=1;" value="&lt;span style=&quot;font-family: Verdana; font-size: 8px; text-align: left;&quot;&gt;&lt;b&gt;index-alpha-fe&lt;/b&gt;&lt;/span&gt;&lt;div&gt;&lt;span style=&quot;font-family: Verdana; font-size: 8px; text-align: left;&quot;&gt;(VPS Finansipedia)&lt;/span&gt;&lt;/div&gt;" vertex="1">
          <mxGeometry height="40" width="100" x="300" y="620" as="geometry" />
        </mxCell>
        <mxCell id="Tit254uEpL4SJPk85VVh-19" edge="1" parent="1" source="Tit254uEpL4SJPk85VVh-14" style="edgeStyle=orthogonalEdgeStyle;rounded=0;orthogonalLoop=1;jettySize=auto;html=1;exitX=1;exitY=0.5;exitDx=0;exitDy=0;entryX=0;entryY=0.5;entryDx=0;entryDy=0;" target="Tit254uEpL4SJPk85VVh-17">
          <mxGeometry relative="1" as="geometry">
            <Array as="points">
              <mxPoint x="225" y="590" />
              <mxPoint x="225" y="640" />
            </Array>
            <mxPoint x="290" y="600" as="sourcePoint" />
            <mxPoint x="440" y="600" as="targetPoint" />
          </mxGeometry>
        </mxCell>
        <mxCell id="Tit254uEpL4SJPk85VVh-49" edge="1" parent="1" source="Tit254uEpL4SJPk85VVh-20" style="edgeStyle=orthogonalEdgeStyle;rounded=0;orthogonalLoop=1;jettySize=auto;html=1;entryX=0;entryY=0.5;entryDx=0;entryDy=0;" target="Tit254uEpL4SJPk85VVh-35">
          <mxGeometry relative="1" as="geometry">
            <Array as="points">
-               <mxPoint x="250" y="1005" />
-               <mxPoint x="250" y="1058" />
+               <mxPoint x="240" y="835" />
+               <mxPoint x="240" y="888" />
            </Array>
          </mxGeometry>
        </mxCell>
        <mxCell id="Tit254uEpL4SJPk85VVh-20" parent="1" style="rounded=0;whiteSpace=wrap;html=1;" value="" vertex="1">
-           <mxGeometry height="250" width="180" x="50" y="880" as="geometry" />
+           <mxGeometry height="250" width="180" x="40" y="710" as="geometry" />
        </mxCell>
        <mxCell id="Tit254uEpL4SJPk85VVh-21" parent="1" style="text;html=1;whiteSpace=wrap;strokeColor=none;fillColor=none;align=center;verticalAlign=middle;rounded=0;fontFamily=Verdana;fontSize=8;fontStyle=1" value="&lt;font style=&quot;font-size: 9px;&quot;&gt;postgres (Homelab)&lt;/font&gt;" vertex="1">
-           <mxGeometry height="20" width="180" x="50" y="880" as="geometry" />
+           <mxGeometry height="20" width="180" x="40" y="710" as="geometry" />
        </mxCell>
        <mxCell id="Tit254uEpL4SJPk85VVh-22" edge="1" parent="1" source="Tit254uEpL4SJPk85VVh-21" style="endArrow=none;html=1;rounded=0;exitX=0;exitY=1;exitDx=0;exitDy=0;entryX=1;entryY=1;entryDx=0;entryDy=0;" target="Tit254uEpL4SJPk85VVh-21" value="">
          <mxGeometry height="50" relative="1" width="50" as="geometry">
-             <mxPoint x="270" y="940" as="sourcePoint" />
-             <mxPoint x="320" y="890" as="targetPoint" />
+             <mxPoint x="260" y="770" as="sourcePoint" />
+             <mxPoint x="310" y="720" as="targetPoint" />
          </mxGeometry>
        </mxCell>
        <mxCell id="Tit254uEpL4SJPk85VVh-24" parent="1" style="rounded=0;whiteSpace=wrap;html=1;" value="&lt;font face=&quot;Verdana&quot; style=&quot;font-size: 8px;&quot;&gt;&lt;b style=&quot;&quot;&gt;index_alpha_db&lt;/b&gt;&lt;/font&gt;" vertex="1">
-           <mxGeometry height="20" width="120" x="80" y="910" as="geometry" />
+           <mxGeometry height="20" width="120" x="70" y="740" as="geometry" />
        </mxCell>
        <mxCell id="Tit254uEpL4SJPk85VVh-25" parent="1" style="rounded=0;whiteSpace=wrap;html=1;" value="&lt;font style=&quot;font-size: 8px; color: rgb(77, 77, 77);&quot; face=&quot;Verdana&quot;&gt;old stale data&lt;/font&gt;" vertex="1">
-           <mxGeometry height="20" width="120" x="80" y="930" as="geometry" />
+           <mxGeometry height="20" width="120" x="70" y="760" as="geometry" />
        </mxCell>
        <mxCell id="Tit254uEpL4SJPk85VVh-28" parent="1" style="rounded=0;whiteSpace=wrap;html=1;" value="" vertex="1">
-           <mxGeometry height="90" width="180" x="270" y="880" as="geometry" />
+           <mxGeometry height="90" width="180" x="260" y="710" as="geometry" />
        </mxCell>
        <mxCell id="Tit254uEpL4SJPk85VVh-29" parent="1" style="text;html=1;whiteSpace=wrap;strokeColor=none;fillColor=none;align=center;verticalAlign=middle;rounded=0;fontFamily=Verdana;fontSize=8;fontStyle=1" value="&lt;font style=&quot;font-size: 9px;&quot;&gt;postgres (VPS Finansipedia)&lt;/font&gt;" vertex="1">
-           <mxGeometry height="20" width="180" x="270" y="880" as="geometry" />
+           <mxGeometry height="20" width="180" x="260" y="710" as="geometry" />
        </mxCell>
        <mxCell id="Tit254uEpL4SJPk85VVh-30" edge="1" parent="1" source="Tit254uEpL4SJPk85VVh-29" style="endArrow=none;html=1;rounded=0;exitX=0;exitY=1;exitDx=0;exitDy=0;entryX=1;entryY=1;entryDx=0;entryDy=0;" target="Tit254uEpL4SJPk85VVh-29" value="">
          <mxGeometry height="50" relative="1" width="50" as="geometry">
-             <mxPoint x="490" y="940" as="sourcePoint" />
-             <mxPoint x="540" y="890" as="targetPoint" />
+             <mxPoint x="480" y="770" as="sourcePoint" />
+             <mxPoint x="530" y="720" as="targetPoint" />
          </mxGeometry>
        </mxCell>
        <mxCell id="Tit254uEpL4SJPk85VVh-50" edge="1" parent="1" source="Tit254uEpL4SJPk85VVh-31" style="edgeStyle=orthogonalEdgeStyle;rounded=0;orthogonalLoop=1;jettySize=auto;html=1;entryX=1;entryY=0.5;entryDx=0;entryDy=0;fillColor=#f8cecc;strokeColor=#b85450;" target="Tit254uEpL4SJPk85VVh-24">
          <mxGeometry relative="1" as="geometry" />
        </mxCell>
        <mxCell id="Tit254uEpL4SJPk85VVh-31" parent="1" style="rounded=0;whiteSpace=wrap;html=1;" value="&lt;font face=&quot;Verdana&quot; style=&quot;font-size: 8px;&quot;&gt;&lt;b style=&quot;&quot;&gt;index_alpha_db&lt;/b&gt;&lt;/font&gt;" vertex="1">
-           <mxGeometry height="20" width="120" x="300" y="910" as="geometry" />
+           <mxGeometry height="20" width="120" x="290" y="740" as="geometry" />
        </mxCell>
        <mxCell id="Tit254uEpL4SJPk85VVh-32" parent="1" style="rounded=0;whiteSpace=wrap;html=1;" value="&lt;font style=&quot;font-size: 8px; color: rgb(77, 77, 77);&quot; face=&quot;Verdana&quot;&gt;production data&lt;/font&gt;" vertex="1">
-           <mxGeometry height="20" width="120" x="300" y="930" as="geometry" />
+           <mxGeometry height="20" width="120" x="290" y="760" as="geometry" />
        </mxCell>
        <mxCell id="Tit254uEpL4SJPk85VVh-35" parent="1" style="rounded=0;whiteSpace=wrap;html=1;" value="" vertex="1">
-           <mxGeometry height="145" width="180" x="270" y="985" as="geometry" />
+           <mxGeometry height="145" width="180" x="260" y="815" as="geometry" />
        </mxCell>
        <mxCell id="Tit254uEpL4SJPk85VVh-36" parent="1" style="text;html=1;whiteSpace=wrap;strokeColor=none;fillColor=none;align=center;verticalAlign=middle;rounded=0;fontFamily=Verdana;fontSize=8;fontStyle=1" value="&lt;font style=&quot;font-size: 9px;&quot;&gt;postgres-ha (VPS Finansipedia)&lt;/font&gt;" vertex="1">
-           <mxGeometry height="20" width="180" x="270" y="985" as="geometry" />
+           <mxGeometry height="20" width="180" x="260" y="815" as="geometry" />
        </mxCell>
        <mxCell id="Tit254uEpL4SJPk85VVh-37" edge="1" parent="1" source="Tit254uEpL4SJPk85VVh-36" style="endArrow=none;html=1;rounded=0;exitX=0;exitY=1;exitDx=0;exitDy=0;entryX=1;entryY=1;entryDx=0;entryDy=0;" target="Tit254uEpL4SJPk85VVh-36" value="">
          <mxGeometry height="50" relative="1" width="50" as="geometry">
-             <mxPoint x="490" y="1045" as="sourcePoint" />
-             <mxPoint x="540" y="995" as="targetPoint" />
+             <mxPoint x="480" y="875" as="sourcePoint" />
+             <mxPoint x="530" y="825" as="targetPoint" />
          </mxGeometry>
        </mxCell>
        <mxCell id="Tit254uEpL4SJPk85VVh-40" parent="1" style="rounded=0;whiteSpace=wrap;html=1;" value="&lt;font face=&quot;Verdana&quot; style=&quot;font-size: 8px;&quot;&gt;&lt;b style=&quot;&quot;&gt;index_alpha_db&lt;/b&gt;&lt;/font&gt;" vertex="1">
-           <mxGeometry height="20" width="120" x="300" y="1020" as="geometry" />
+           <mxGeometry height="20" width="120" x="290" y="850" as="geometry" />
        </mxCell>
        <mxCell id="Tit254uEpL4SJPk85VVh-41" parent="1" style="rounded=0;whiteSpace=wrap;html=1;" value="&lt;font style=&quot;font-size: 8px; color: rgb(77, 77, 77);&quot; face=&quot;Verdana&quot;&gt;replicated data&lt;/font&gt;" vertex="1">
-           <mxGeometry height="20" width="120" x="300" y="1040" as="geometry" />
+           <mxGeometry height="20" width="120" x="290" y="870" as="geometry" />
        </mxCell>
        <mxCell id="Tit254uEpL4SJPk85VVh-44" parent="1" style="rounded=0;whiteSpace=wrap;html=1;" value="&lt;font face=&quot;Verdana&quot; style=&quot;font-size: 8px;&quot;&gt;&lt;b style=&quot;&quot;&gt;stocks_db&lt;/b&gt;&lt;/font&gt;" vertex="1">
-           <mxGeometry height="20" width="120" x="300" y="1070" as="geometry" />
+           <mxGeometry height="20" width="120" x="290" y="900" as="geometry" />
        </mxCell>
        <mxCell id="Tit254uEpL4SJPk85VVh-45" parent="1" style="rounded=0;whiteSpace=wrap;html=1;" value="&lt;font style=&quot;font-size: 8px; color: rgb(77, 77, 77);&quot; face=&quot;Verdana&quot;&gt;replicated data&lt;/font&gt;" vertex="1">
-           <mxGeometry height="20" width="120" x="300" y="1090" as="geometry" />
+           <mxGeometry height="20" width="120" x="290" y="920" as="geometry" />
        </mxCell>
        <mxCell id="Tit254uEpL4SJPk85VVh-46" parent="1" style="rounded=0;whiteSpace=wrap;html=1;" value="&lt;font face=&quot;Verdana&quot; style=&quot;font-size: 8px;&quot;&gt;&lt;b style=&quot;&quot;&gt;index_alpha_db&lt;/b&gt;&lt;/font&gt;" vertex="1">
-           <mxGeometry height="20" width="120" x="80" y="965" as="geometry" />
+           <mxGeometry height="20" width="120" x="70" y="795" as="geometry" />
        </mxCell>
        <mxCell id="Tit254uEpL4SJPk85VVh-47" parent="1" style="rounded=0;whiteSpace=wrap;html=1;" value="&lt;font style=&quot;font-size: 8px; color: rgb(77, 77, 77);&quot; face=&quot;Verdana&quot;&gt;production data&lt;/font&gt;" vertex="1">
-           <mxGeometry height="20" width="120" x="80" y="985" as="geometry" />
+           <mxGeometry height="20" width="120" x="70" y="815" as="geometry" />
        </mxCell>
      </root>
    </mxGraphModel>
  </diagram>
</mxfile>
